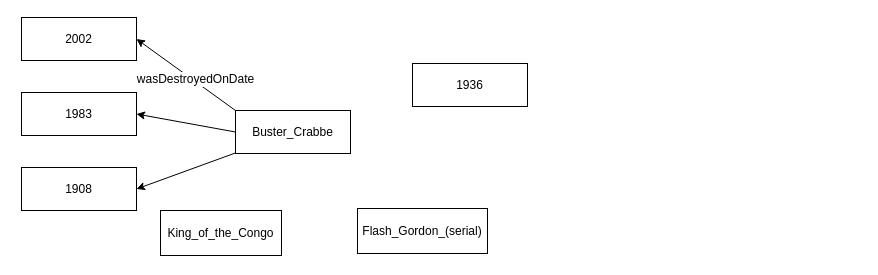
The draw.io diagram LiteralE_NEKG.drawio in Moon-xm/diagram_io, before the edit. Source tidied: cells renumbered, new cells numbered last; positions are measured from the earlier drawing's top-left corner, leaving out a move shared by most shapes. Both pictures are drawn from the tidied source at 100%, with x=0, y=0 at pixel (21, 17).
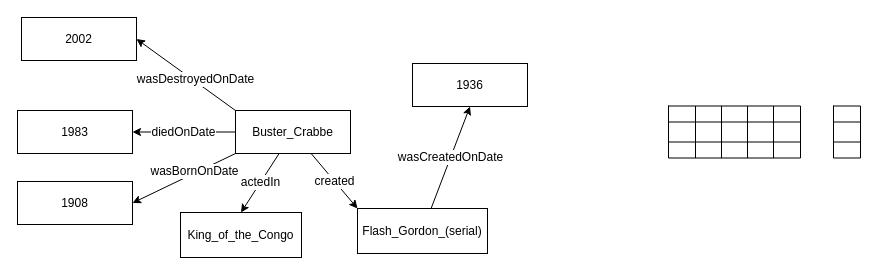
The same page after the edit.

Unchanged cells that the change refers to:
```xml
<mxCell id="6" value="Buster_Crabbe" style="rounded=0;whiteSpace=wrap;html=1;" parent="1" vertex="1">
  <mxGeometry x="214" y="93" width="115" height="43" as="geometry" />
</mxCell>
<mxCell id="8" value="Flash_Gordon_(serial)" style="rounded=0;whiteSpace=wrap;html=1;" parent="1" vertex="1">
  <mxGeometry x="336" y="191" width="130" height="45" as="geometry" />
</mxCell>
<mxCell id="9" value="1936" style="rounded=0;whiteSpace=wrap;html=1;" parent="1" vertex="1">
  <mxGeometry x="391" y="46" width="115" height="43" as="geometry" />
</mxCell>
```

What changed in the source:
```diff
@@
-    <mxCell id="4" style="rounded=0;jettySize=auto;html=1;entryX=1;entryY=0.5;entryDx=0;entryDy=0;fontFamily=Helvetica;fontSize=12;fontColor=default;exitX=0;exitY=0.5;exitDx=0;exitDy=0;" parent="1" edge="1" source="6" target="11">
-      <mxGeometry relative="1" as="geometry" />
+    <mxCell id="4" value="diedOnDate" style="rounded=0;jettySize=auto;html=1;entryX=1;entryY=0.5;entryDx=0;entryDy=0;fontFamily=Helvetica;fontSize=12;fontColor=default;exitX=0;exitY=0.5;exitDx=0;exitDy=0;" parent="1" edge="1" source="6" target="11">
+      <mxGeometry x="0.01" relative="1" as="geometry" />
     </mxCell>
-    <mxCell id="5" style="rounded=0;jettySize=auto;html=1;entryX=1;entryY=0.5;entryDx=0;entryDy=0;fontFamily=Helvetica;fontSize=12;fontColor=default;" parent="1" edge="1" source="6" target="12">
+    <mxCell id="5" style="rounded=0;jettySize=auto;html=1;entryX=1;entryY=0.5;entryDx=0;entryDy=0;fontFamily=Helvetica;fontSize=12;fontColor=default;exitX=0;exitY=1;exitDx=0;exitDy=0;" parent="1" edge="1" source="6" target="12">
       <mxGeometry relative="1" as="geometry" />
     </mxCell>
+    <mxCell id="13" value="wasBornOnDate" style="edgeLabel;html=1;align=center;verticalAlign=middle;fontSize=12;fontFamily=Helvetica;fontColor=default;" parent="5" vertex="1">
+      <mxGeometry x="-0.21" y="-2" relative="1" as="geometry" />
+    </mxCell>
+    <mxCell id="14" value="actedIn" style="rounded=0;jettySize=auto;html=1;entryX=0.5;entryY=0;entryDx=0;entryDy=0;fontFamily=Helvetica;fontSize=12;fontColor=default;" parent="1" edge="1" source="6" target="7">
+      <mxGeometry relative="1" as="geometry" />
+    </mxCell>
+    <mxCell id="15" value="created" style="rounded=0;jettySize=auto;html=1;entryX=0;entryY=0;entryDx=0;entryDy=0;fontFamily=Helvetica;fontSize=12;fontColor=default;" parent="1" edge="1" source="6" target="8">
+      <mxGeometry relative="1" as="geometry" />
+    </mxCell>
@@
     <mxCell id="7" value="King_of_the_Congo" style="rounded=0;whiteSpace=wrap;html=1;" parent="1" vertex="1">
-      <mxGeometry x="139" y="193" width="121" height="45" as="geometry" />
+      <mxGeometry x="159" y="195" width="121" height="45" as="geometry" />
     </mxCell>
+    <mxCell id="16" value="wasCreatedOnDate" style="rounded=0;jettySize=auto;html=1;entryX=0.5;entryY=1;entryDx=0;entryDy=0;fontFamily=Helvetica;fontSize=12;fontColor=default;" parent="1" edge="1" source="8" target="9">
+      <mxGeometry relative="1" as="geometry" />
+    </mxCell>
@@
     <mxCell id="11" value="1983" style="rounded=0;whiteSpace=wrap;html=1;" parent="1" vertex="1">
-      <mxGeometry y="75" width="115" height="43" as="geometry" />
+      <mxGeometry x="-4" y="93" width="115" height="43" as="geometry" />
     </mxCell>
     <mxCell id="12" value="1908" style="rounded=0;whiteSpace=wrap;html=1;" parent="1" vertex="1">
-      <mxGeometry y="150" width="115" height="43" as="geometry" />
+      <mxGeometry x="-4" y="164" width="115" height="43" as="geometry" />
     </mxCell>
+    <mxCell id="17" style="shape=table;startSize=0;childLayout=tableLayout;fontSize=16;rounded=0;strokeColor=default;fontFamily=Helvetica;fontColor=default;fillColor=default;html=1;" parent="1" vertex="1">
+      <mxGeometry x="647" y="88.5" width="132" height="52" as="geometry" />
+    </mxCell>
+    <mxCell id="18" style="shape=tableRow;horizontal=0;startSize=0;swimlaneHead=0;swimlaneBody=0;strokeColor=inherit;top=0;left=0;bottom=0;right=0;fillColor=none;fontSize=16;rounded=0;fontFamily=Helvetica;fontColor=default;html=1;" parent="17" vertex="1">
+      <mxGeometry width="132" height="16" as="geometry" />
+    </mxCell>
+    <mxCell id="19" style="shape=partialRectangle;html=1;whiteSpace=wrap;strokeColor=inherit;overflow=hidden;fillColor=none;top=0;left=0;bottom=0;right=0;fontSize=16;rounded=0;fontFamily=Helvetica;fontColor=default;" parent="18" vertex="1">
+      <mxGeometry width="27" height="16" as="geometry" />
+    </mxCell>
+    <mxCell id="20" style="shape=partialRectangle;html=1;whiteSpace=wrap;strokeColor=inherit;overflow=hidden;fillColor=none;top=0;left=0;bottom=0;right=0;fontSize=16;rounded=0;fontFamily=Helvetica;fontColor=default;" parent="18" vertex="1">
+      <mxGeometry x="27" width="26" height="16" as="geometry" />
+    </mxCell>
+    <mxCell id="21" style="shape=partialRectangle;html=1;whiteSpace=wrap;strokeColor=inherit;overflow=hidden;fillColor=none;top=0;left=0;bottom=0;right=0;fontSize=16;rounded=0;fontFamily=Helvetica;fontColor=default;" parent="18" vertex="1">
+      <mxGeometry x="53" width="26" height="16" as="geometry" />
+    </mxCell>
+    <mxCell id="22" style="shape=partialRectangle;html=1;whiteSpace=wrap;strokeColor=inherit;overflow=hidden;fillColor=none;top=0;left=0;bottom=0;right=0;fontSize=16;rounded=0;fontFamily=Helvetica;fontColor=default;" parent="18" vertex="1">
+      <mxGeometry x="79" width="26" height="16" as="geometry" />
+    </mxCell>
+    <mxCell id="23" style="shape=partialRectangle;html=1;whiteSpace=wrap;strokeColor=inherit;overflow=hidden;fillColor=none;top=0;left=0;bottom=0;right=0;fontSize=16;rounded=0;fontFamily=Helvetica;fontColor=default;" parent="18" vertex="1">
+      <mxGeometry x="105" width="27" height="16" as="geometry" />
+    </mxCell>
+    <mxCell id="24" style="shape=tableRow;horizontal=0;startSize=0;swimlaneHead=0;swimlaneBody=0;strokeColor=inherit;top=0;left=0;bottom=0;right=0;fillColor=none;fontSize=16;rounded=0;fontFamily=Helvetica;fontColor=default;html=1;" parent="17" vertex="1">
+      <mxGeometry y="16" width="132" height="20" as="geometry" />
+    </mxCell>
+    <mxCell id="25" style="shape=partialRectangle;html=1;whiteSpace=wrap;strokeColor=inherit;overflow=hidden;fillColor=none;top=0;left=0;bottom=0;right=0;fontSize=16;rounded=0;fontFamily=Helvetica;fontColor=default;" parent="24" vertex="1">
+      <mxGeometry width="27" height="20" as="geometry" />
+    </mxCell>
+    <mxCell id="26" style="shape=partialRectangle;html=1;whiteSpace=wrap;strokeColor=inherit;overflow=hidden;fillColor=none;top=0;left=0;bottom=0;right=0;fontSize=16;rounded=0;fontFamily=Helvetica;fontColor=default;" parent="24" vertex="1">
+      <mxGeometry x="27" width="26" height="20" as="geometry" />
+    </mxCell>
+    <mxCell id="27" style="shape=partialRectangle;html=1;whiteSpace=wrap;strokeColor=inherit;overflow=hidden;fillColor=none;top=0;left=0;bottom=0;right=0;fontSize=16;rounded=0;fontFamily=Helvetica;fontColor=default;" parent="24" vertex="1">
+      <mxGeometry x="53" width="26" height="20" as="geometry" />
+    </mxCell>
+    <mxCell id="28" style="shape=partialRectangle;html=1;whiteSpace=wrap;strokeColor=inherit;overflow=hidden;fillColor=none;top=0;left=0;bottom=0;right=0;fontSize=16;rounded=0;fontFamily=Helvetica;fontColor=default;" parent="24" vertex="1">
+      <mxGeometry x="79" width="26" height="20" as="geometry" />
+    </mxCell>
+    <mxCell id="29" style="shape=partialRectangle;html=1;whiteSpace=wrap;strokeColor=inherit;overflow=hidden;fillColor=none;top=0;left=0;bottom=0;right=0;fontSize=16;rounded=0;fontFamily=Helvetica;fontColor=default;" parent="24" vertex="1">
+      <mxGeometry x="105" width="27" height="20" as="geometry" />
+    </mxCell>
+    <mxCell id="30" style="shape=tableRow;horizontal=0;startSize=0;swimlaneHead=0;swimlaneBody=0;strokeColor=inherit;top=0;left=0;bottom=0;right=0;fillColor=none;fontSize=16;rounded=0;fontFamily=Helvetica;fontColor=default;html=1;" parent="17" vertex="1">
+      <mxGeometry y="36" width="132" height="16" as="geometry" />
+    </mxCell>
+    <mxCell id="31" style="shape=partialRectangle;html=1;whiteSpace=wrap;strokeColor=inherit;overflow=hidden;fillColor=none;top=0;left=0;bottom=0;right=0;fontSize=16;rounded=0;fontFamily=Helvetica;fontColor=default;" parent="30" vertex="1">
+      <mxGeometry width="27" height="16" as="geometry" />
+    </mxCell>
+    <mxCell id="32" style="shape=partialRectangle;html=1;whiteSpace=wrap;strokeColor=inherit;overflow=hidden;fillColor=none;top=0;left=0;bottom=0;right=0;fontSize=16;rounded=0;fontFamily=Helvetica;fontColor=default;" parent="30" vertex="1">
+      <mxGeometry x="27" width="26" height="16" as="geometry" />
+    </mxCell>
+    <mxCell id="33" style="shape=partialRectangle;html=1;whiteSpace=wrap;strokeColor=inherit;overflow=hidden;fillColor=none;top=0;left=0;bottom=0;right=0;fontSize=16;rounded=0;fontFamily=Helvetica;fontColor=default;" parent="30" vertex="1">
+      <mxGeometry x="53" width="26" height="16" as="geometry" />
+    </mxCell>
+    <mxCell id="34" style="shape=partialRectangle;html=1;whiteSpace=wrap;strokeColor=inherit;overflow=hidden;fillColor=none;top=0;left=0;bottom=0;right=0;fontSize=16;rounded=0;fontFamily=Helvetica;fontColor=default;" parent="30" vertex="1">
+      <mxGeometry x="79" width="26" height="16" as="geometry" />
+    </mxCell>
+    <mxCell id="35" style="shape=partialRectangle;html=1;whiteSpace=wrap;strokeColor=inherit;overflow=hidden;fillColor=none;top=0;left=0;bottom=0;right=0;fontSize=16;rounded=0;fontFamily=Helvetica;fontColor=default;" parent="30" vertex="1">
+      <mxGeometry x="105" width="27" height="16" as="geometry" />
+    </mxCell>
+    <mxCell id="36" style="shape=table;startSize=0;childLayout=tableLayout;fontSize=16;rounded=0;strokeColor=default;fontFamily=Helvetica;fontColor=default;fillColor=default;html=1;" parent="1" vertex="1">
+      <mxGeometry x="812" y="88.5" width="27" height="52" as="geometry" />
+    </mxCell>
+    <mxCell id="37" style="shape=tableRow;horizontal=0;startSize=0;swimlaneHead=0;swimlaneBody=0;strokeColor=inherit;top=0;left=0;bottom=0;right=0;fillColor=none;fontSize=16;rounded=0;fontFamily=Helvetica;fontColor=default;html=1;" parent="36" vertex="1">
+      <mxGeometry width="27" height="16" as="geometry" />
+    </mxCell>
+    <mxCell id="38" style="shape=partialRectangle;html=1;whiteSpace=wrap;strokeColor=inherit;overflow=hidden;fillColor=none;top=0;left=0;bottom=0;right=0;fontSize=16;rounded=0;fontFamily=Helvetica;fontColor=default;" parent="37" vertex="1">
+      <mxGeometry width="27" height="16" as="geometry" />
+    </mxCell>
+    <mxCell id="39" style="shape=tableRow;horizontal=0;startSize=0;swimlaneHead=0;swimlaneBody=0;strokeColor=inherit;top=0;left=0;bottom=0;right=0;fillColor=none;fontSize=16;rounded=0;fontFamily=Helvetica;fontColor=default;html=1;" parent="36" vertex="1">
+      <mxGeometry y="16" width="27" height="20" as="geometry" />
+    </mxCell>
+    <mxCell id="40" style="shape=partialRectangle;html=1;whiteSpace=wrap;strokeColor=inherit;overflow=hidden;fillColor=none;top=0;left=0;bottom=0;right=0;fontSize=16;rounded=0;fontFamily=Helvetica;fontColor=default;" parent="39" vertex="1">
+      <mxGeometry width="27" height="20" as="geometry" />
+    </mxCell>
+    <mxCell id="41" style="shape=tableRow;horizontal=0;startSize=0;swimlaneHead=0;swimlaneBody=0;strokeColor=inherit;top=0;left=0;bottom=0;right=0;fillColor=none;fontSize=16;rounded=0;fontFamily=Helvetica;fontColor=default;html=1;" parent="36" vertex="1">
+      <mxGeometry y="36" width="27" height="16" as="geometry" />
+    </mxCell>
+    <mxCell id="42" style="shape=partialRectangle;html=1;whiteSpace=wrap;strokeColor=inherit;overflow=hidden;fillColor=none;top=0;left=0;bottom=0;right=0;fontSize=16;rounded=0;fontFamily=Helvetica;fontColor=default;" parent="41" vertex="1">
+      <mxGeometry width="27" height="16" as="geometry" />
+    </mxCell>
```
